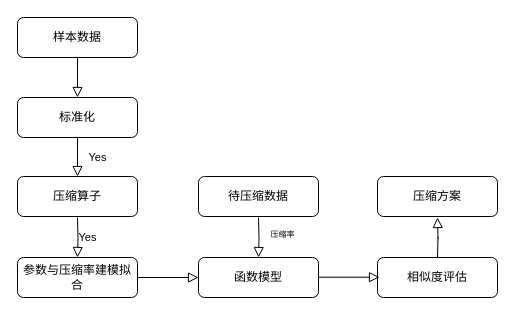
Earlier version of the draw.io diagram 未命名绘图.drawio (glancccc/CS-Books). Source tidied: cells renumbered, new cells numbered last; positions are measured from the earlier drawing's top-left corner, leaving out a move shared by most shapes. Both pictures are drawn from the tidied source at 100%, with x=0, y=0 at pixel (17, 17).
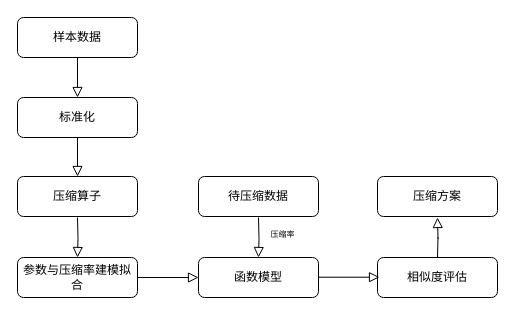
After the change.

Commit message:
更新未命名绘图.drawio

The change refers to these unchanged cells:
```xml
<mxCell id="7" value="参数与压缩率建模拟合" style="rounded=1;whiteSpace=wrap;html=1;fontSize=12;glass=0;strokeWidth=1;shadow=0;" parent="1" vertex="1">
  <mxGeometry y="240" width="120" height="40" as="geometry" />
</mxCell>
<mxCell id="13" value="标准化" style="rounded=1;whiteSpace=wrap;html=1;fontSize=12;glass=0;strokeWidth=1;shadow=0;" parent="1" vertex="1">
  <mxGeometry y="80" width="120" height="40" as="geometry" />
</mxCell>
<mxCell id="14" value="压缩算子" style="rounded=1;whiteSpace=wrap;html=1;fontSize=12;glass=0;strokeWidth=1;shadow=0;" parent="1" vertex="1">
  <mxGeometry y="159" width="120" height="40" as="geometry" />
</mxCell>
```

Change to the diagram source:
```diff
@@
-    <mxCell id="4" value="Yes" style="rounded=0;html=1;jettySize=auto;fontSize=11;endArrow=block;endFill=0;endSize=8;strokeWidth=1;shadow=0;labelBackgroundColor=none;edgeStyle=orthogonalEdgeStyle;entryX=0.5;entryY=0;entryDx=0;entryDy=0;exitX=0.5;exitY=1;exitDx=0;exitDy=0;" parent="1" edge="1" source="13" target="14">
+    <mxCell id="4" style="rounded=0;html=1;jettySize=auto;fontSize=11;endArrow=block;endFill=0;endSize=8;strokeWidth=1;shadow=0;labelBackgroundColor=none;edgeStyle=orthogonalEdgeStyle;entryX=0.5;entryY=0;entryDx=0;entryDy=0;exitX=0.5;exitY=1;exitDx=0;exitDy=0;" parent="1" edge="1" source="13" target="14">
       <mxGeometry y="20" relative="1" as="geometry" />
     </mxCell>
-    <mxCell id="5" value="Yes" style="edgeStyle=orthogonalEdgeStyle;rounded=0;html=1;jettySize=auto;fontSize=11;endArrow=block;endFill=0;endSize=8;strokeWidth=1;shadow=0;labelBackgroundColor=none;" parent="1" edge="1" target="7">
+    <mxCell id="5" style="edgeStyle=orthogonalEdgeStyle;rounded=0;html=1;jettySize=auto;fontSize=11;endArrow=block;endFill=0;endSize=8;strokeWidth=1;shadow=0;labelBackgroundColor=none;" parent="1" edge="1" target="7">
       <mxGeometry y="10" relative="1" as="geometry">
         <mxPoint x="60" y="200" as="sourcePoint" />
       </mxGeometry>
     </mxCell>
```
